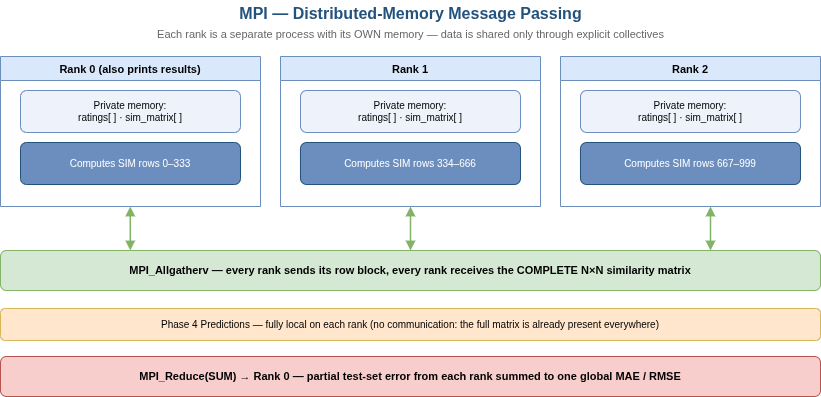
The draw.io diagram analysis_diagrams/drawio/png/diagram_04_mpi.png in Ashfaq-Riyaldeen/hpc-mine, before a commit. Source tidied: cells renumbered, new cells last; positions are measured from the earlier drawing's top-left corner, leaving out a move shared by most shapes. Its diagram source:
```xml
<mxGraphModel>
  <root>
    <mxCell id="0" />
    <mxCell id="1" parent="0" />
    <mxCell id="2" value="MPI — Distributed-Memory Message Passing" style="text;html=1;align=center;verticalAlign=middle;fontStyle=1;fontSize=16;fontColor=#23527c;" parent="1" vertex="1">
      <mxGeometry x="110" width="600" height="26" as="geometry" />
    </mxCell>
    <mxCell id="3" value="Each rank is a separate process with its OWN memory — data is shared only through explicit collectives" style="text;html=1;align=center;verticalAlign=middle;fontSize=11;fontColor=#666666;" parent="1" vertex="1">
      <mxGeometry x="110" y="24" width="600" height="20" as="geometry" />
    </mxCell>
    <mxCell id="4" value="Rank 0  (also prints results)" style="swimlane;startSize=24;whiteSpace=wrap;html=1;fillColor=#dae8fc;strokeColor=#6c8ebf;fontSize=11;fontStyle=1;verticalAlign=top;" parent="1" vertex="1">
      <mxGeometry y="56" width="260" height="150" as="geometry" />
    </mxCell>
    <mxCell id="5" value="Private memory:&#10;ratings[ ] · sim_matrix[ ]" style="rounded=1;whiteSpace=wrap;html=1;fillColor=#eef3fb;strokeColor=#6c8ebf;fontSize=10;verticalAlign=middle;" parent="4" vertex="1">
      <mxGeometry x="20" y="34" width="220" height="42" as="geometry" />
    </mxCell>
    <mxCell id="6" value="Computes SIM rows 0–333" style="rounded=1;whiteSpace=wrap;html=1;fillColor=#6c8ebf;strokeColor=#23527c;fontColor=#ffffff;fontSize=10;verticalAlign=middle;" parent="4" vertex="1">
      <mxGeometry x="20" y="86" width="220" height="42" as="geometry" />
    </mxCell>
    <mxCell id="7" value="Rank 1" style="swimlane;startSize=24;whiteSpace=wrap;html=1;fillColor=#dae8fc;strokeColor=#6c8ebf;fontSize=11;fontStyle=1;verticalAlign=top;" parent="1" vertex="1">
      <mxGeometry x="280" y="56" width="260" height="150" as="geometry" />
    </mxCell>
    <mxCell id="8" value="Private memory:&#10;ratings[ ] · sim_matrix[ ]" style="rounded=1;whiteSpace=wrap;html=1;fillColor=#eef3fb;strokeColor=#6c8ebf;fontSize=10;verticalAlign=middle;" parent="7" vertex="1">
      <mxGeometry x="20" y="34" width="220" height="42" as="geometry" />
    </mxCell>
    <mxCell id="9" value="Computes SIM rows 334–666" style="rounded=1;whiteSpace=wrap;html=1;fillColor=#6c8ebf;strokeColor=#23527c;fontColor=#ffffff;fontSize=10;verticalAlign=middle;" parent="7" vertex="1">
      <mxGeometry x="20" y="86" width="220" height="42" as="geometry" />
    </mxCell>
    <mxCell id="10" value="Rank 2" style="swimlane;startSize=24;whiteSpace=wrap;html=1;fillColor=#dae8fc;strokeColor=#6c8ebf;fontSize=11;fontStyle=1;verticalAlign=top;" parent="1" vertex="1">
      <mxGeometry x="560" y="56" width="260" height="150" as="geometry" />
    </mxCell>
    <mxCell id="11" value="Private memory:&#10;ratings[ ] · sim_matrix[ ]" style="rounded=1;whiteSpace=wrap;html=1;fillColor=#eef3fb;strokeColor=#6c8ebf;fontSize=10;verticalAlign=middle;" parent="10" vertex="1">
      <mxGeometry x="20" y="34" width="220" height="42" as="geometry" />
    </mxCell>
    <mxCell id="12" value="Computes SIM rows 667–999" style="rounded=1;whiteSpace=wrap;html=1;fillColor=#6c8ebf;strokeColor=#23527c;fontColor=#ffffff;fontSize=10;verticalAlign=middle;" parent="10" vertex="1">
      <mxGeometry x="20" y="86" width="220" height="42" as="geometry" />
    </mxCell>
    <mxCell id="13" value="MPI_Allgatherv  —  every rank sends its row block, every rank receives the COMPLETE N×N similarity matrix" style="rounded=1;whiteSpace=wrap;html=1;fillColor=#d5e8d4;strokeColor=#82b366;fontSize=11;fontStyle=1;verticalAlign=middle;" parent="1" vertex="1">
      <mxGeometry y="250" width="820" height="40" as="geometry" />
    </mxCell>
    <mxCell id="14" style="edgeStyle=orthogonalEdgeStyle;rounded=0;html=1;startArrow=block;startFill=1;endArrow=block;endFill=1;strokeWidth=1.5;strokeColor=#82b366;exitX=0.5;exitY=1;entryX=0.5;entryY=0;" parent="1" edge="1" source="7" target="13">
      <mxGeometry relative="1" as="geometry" />
    </mxCell>
    <mxCell id="15" value="Phase 4 Predictions — fully local on each rank (no communication: the full matrix is already present everywhere)" style="rounded=1;whiteSpace=wrap;html=1;fillColor=#ffe6cc;strokeColor=#d6b656;fontSize=10;verticalAlign=middle;" parent="1" vertex="1">
      <mxGeometry y="308" width="820" height="32" as="geometry" />
    </mxCell>
    <mxCell id="16" value="MPI_Reduce(SUM) → Rank 0  —  partial test-set error from each rank summed to one global MAE / RMSE" style="rounded=1;whiteSpace=wrap;html=1;fillColor=#f8cecc;strokeColor=#b85450;fontSize=11;fontStyle=1;verticalAlign=middle;" parent="1" vertex="1">
      <mxGeometry y="356" width="820" height="40" as="geometry" />
    </mxCell>
    <mxCell id="17" style="edgeStyle=orthogonalEdgeStyle;rounded=0;html=1;startArrow=block;startFill=1;endArrow=block;endFill=1;strokeWidth=1.5;strokeColor=#82b366;exitX=0.5;exitY=1;entryX=0.5;entryY=0;" parent="1" edge="1">
      <mxGeometry relative="1" as="geometry">
        <mxPoint x="129.8" y="206" as="sourcePoint" />
        <mxPoint x="129.8" y="250" as="targetPoint" />
      </mxGeometry>
    </mxCell>
    <mxCell id="18" style="edgeStyle=orthogonalEdgeStyle;rounded=0;html=1;startArrow=block;startFill=1;endArrow=block;endFill=1;strokeWidth=1.5;strokeColor=#82b366;exitX=0.5;exitY=1;entryX=0.5;entryY=0;" parent="1" edge="1">
      <mxGeometry relative="1" as="geometry">
        <mxPoint x="710" y="206" as="sourcePoint" />
        <mxPoint x="710" y="250" as="targetPoint" />
      </mxGeometry>
    </mxCell>
  </root>
</mxGraphModel>
```
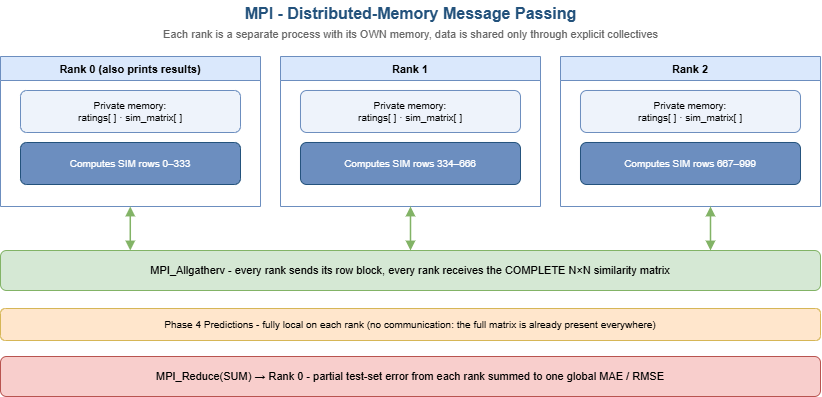
After the change.

Diff of the diagram source:
```diff
@@ -2,10 +2,10 @@
   <root>
     <mxCell id="0" />
     <mxCell id="1" parent="0" />
-    <mxCell id="2" value="MPI — Distributed-Memory Message Passing" style="text;html=1;align=center;verticalAlign=middle;fontStyle=1;fontSize=16;fontColor=#23527c;" parent="1" vertex="1">
+    <mxCell id="2" value="MPI - Distributed-Memory Message Passing" style="text;html=1;align=center;verticalAlign=middle;fontStyle=1;fontSize=16;fontColor=#23527c;" parent="1" vertex="1">
       <mxGeometry x="110" width="600" height="26" as="geometry" />
     </mxCell>
-    <mxCell id="3" value="Each rank is a separate process with its OWN memory — data is shared only through explicit collectives" style="text;html=1;align=center;verticalAlign=middle;fontSize=11;fontColor=#666666;" parent="1" vertex="1">
+    <mxCell id="3" value="Each rank is a separate process with its OWN memory, data is shared only through explicit collectives" style="text;html=1;align=center;verticalAlign=middle;fontSize=11;fontColor=#666666;" parent="1" vertex="1">
       <mxGeometry x="110" y="24" width="600" height="20" as="geometry" />
     </mxCell>
     <mxCell id="4" value="Rank 0  (also prints results)" style="swimlane;startSize=24;whiteSpace=wrap;html=1;fillColor=#dae8fc;strokeColor=#6c8ebf;fontSize=11;fontStyle=1;verticalAlign=top;" parent="1" vertex="1">
@@ -35,16 +35,16 @@
     <mxCell id="12" value="Computes SIM rows 667–999" style="rounded=1;whiteSpace=wrap;html=1;fillColor=#6c8ebf;strokeColor=#23527c;fontColor=#ffffff;fontSize=10;verticalAlign=middle;" parent="10" vertex="1">
       <mxGeometry x="20" y="86" width="220" height="42" as="geometry" />
     </mxCell>
-    <mxCell id="13" value="MPI_Allgatherv  —  every rank sends its row block, every rank receives the COMPLETE N×N similarity matrix" style="rounded=1;whiteSpace=wrap;html=1;fillColor=#d5e8d4;strokeColor=#82b366;fontSize=11;fontStyle=1;verticalAlign=middle;" parent="1" vertex="1">
+    <mxCell id="13" value="&lt;span style=&quot;font-weight: normal;&quot;&gt;MPI_Allgatherv - every rank sends its row block, every rank receives the COMPLETE N×N similarity matrix&lt;/span&gt;" style="rounded=1;whiteSpace=wrap;html=1;fillColor=#d5e8d4;strokeColor=#82b366;fontSize=11;fontStyle=1;verticalAlign=middle;" parent="1" vertex="1">
       <mxGeometry y="250" width="820" height="40" as="geometry" />
     </mxCell>
     <mxCell id="14" style="edgeStyle=orthogonalEdgeStyle;rounded=0;html=1;startArrow=block;startFill=1;endArrow=block;endFill=1;strokeWidth=1.5;strokeColor=#82b366;exitX=0.5;exitY=1;entryX=0.5;entryY=0;" parent="1" edge="1" source="7" target="13">
       <mxGeometry relative="1" as="geometry" />
     </mxCell>
-    <mxCell id="15" value="Phase 4 Predictions — fully local on each rank (no communication: the full matrix is already present everywhere)" style="rounded=1;whiteSpace=wrap;html=1;fillColor=#ffe6cc;strokeColor=#d6b656;fontSize=10;verticalAlign=middle;" parent="1" vertex="1">
+    <mxCell id="15" value="Phase 4 Predictions - fully local on each rank (no communication: the full matrix is already present everywhere)" style="rounded=1;whiteSpace=wrap;html=1;fillColor=#ffe6cc;strokeColor=#d6b656;fontSize=10;verticalAlign=middle;" parent="1" vertex="1">
       <mxGeometry y="308" width="820" height="32" as="geometry" />
     </mxCell>
-    <mxCell id="16" value="MPI_Reduce(SUM) → Rank 0  —  partial test-set error from each rank summed to one global MAE / RMSE" style="rounded=1;whiteSpace=wrap;html=1;fillColor=#f8cecc;strokeColor=#b85450;fontSize=11;fontStyle=1;verticalAlign=middle;" parent="1" vertex="1">
+    <mxCell id="16" value="&lt;span style=&quot;font-weight: normal;&quot;&gt;MPI_Reduce(SUM) → Rank 0 - partial test-set error from each rank summed to one global MAE / RMSE&lt;/span&gt;" style="rounded=1;whiteSpace=wrap;html=1;fillColor=#f8cecc;strokeColor=#b85450;fontSize=11;fontStyle=1;verticalAlign=middle;" parent="1" vertex="1">
       <mxGeometry y="356" width="820" height="40" as="geometry" />
     </mxCell>
     <mxCell id="17" style="edgeStyle=orthogonalEdgeStyle;rounded=0;html=1;startArrow=block;startFill=1;endArrow=block;endFill=1;strokeWidth=1.5;strokeColor=#82b366;exitX=0.5;exitY=1;entryX=0.5;entryY=0;" parent="1" edge="1">
```
